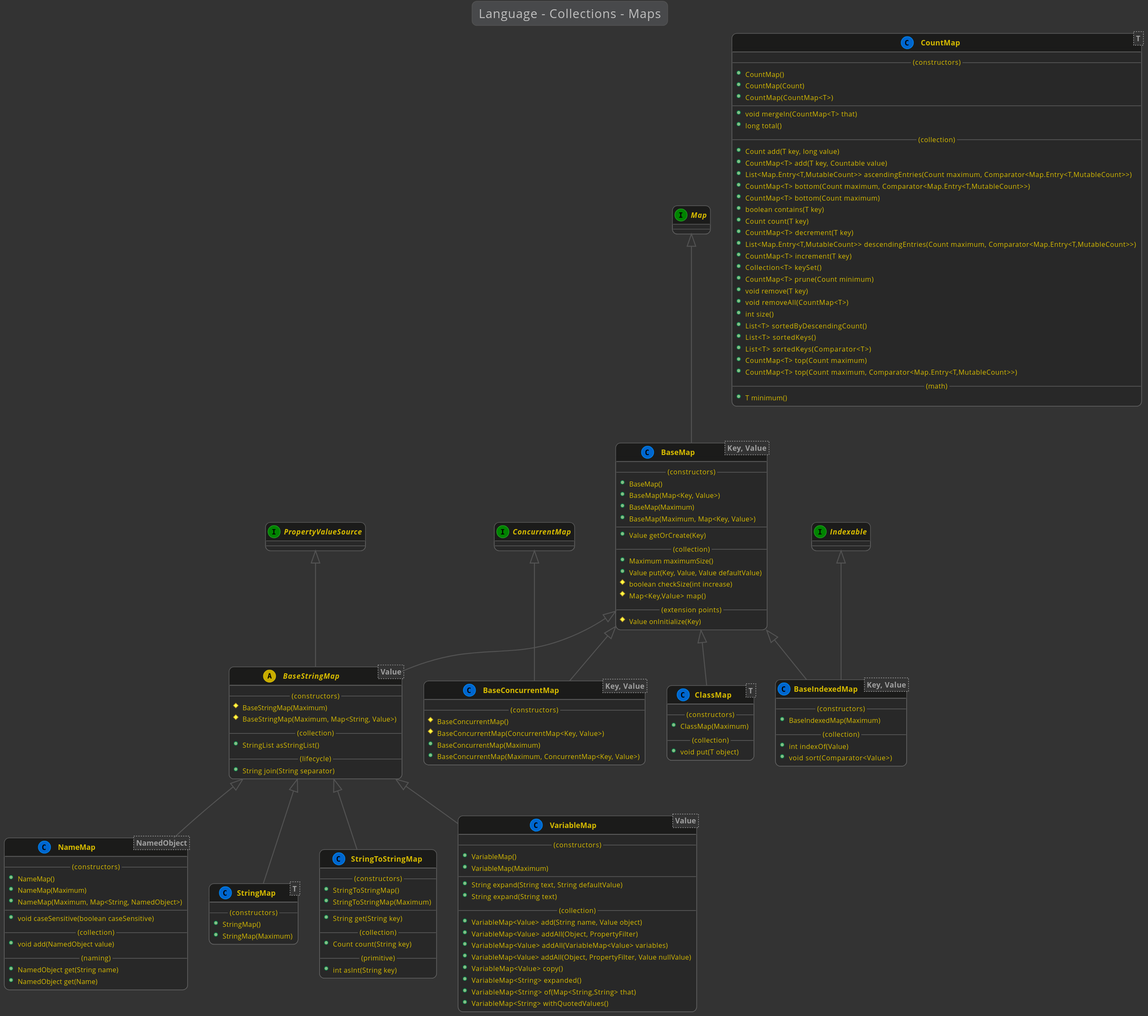
Above: kivakit-core/kernel/documentation/diagrams/diagram-language-collections-map.svg in Telenav/kivakit (PlantUML), before the change.
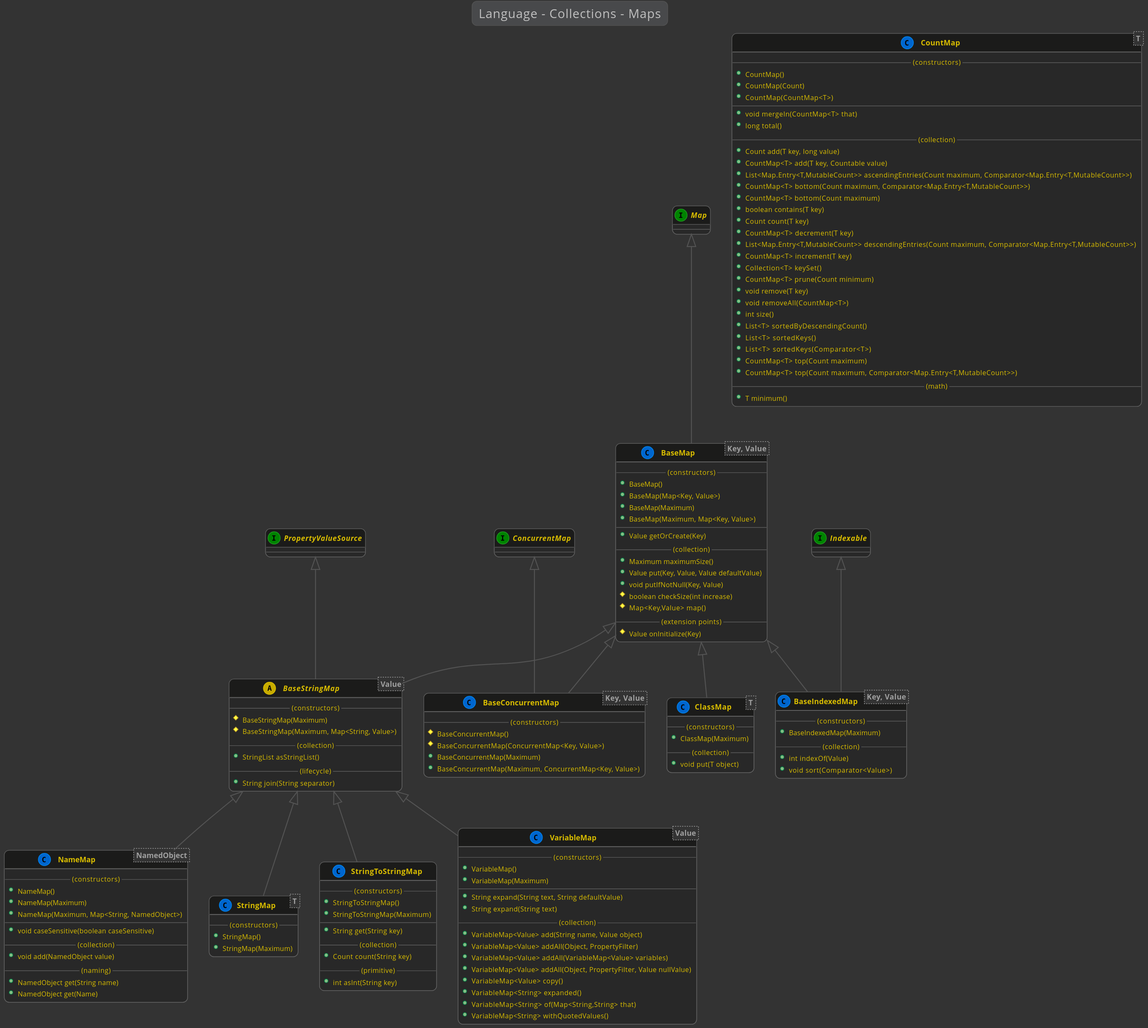
Later version of the same file.

Change to the diagram source:
```diff
@@ -47,6 +47,7 @@
         --(collection)--
         +Maximum maximumSize()
         +Value put(Key, Value, Value defaultValue)
+        +void putIfNotNull(Key, Value)
         #boolean checkSize(int increase)
         #Map<Key,Value> map()
         --(extension points)--
```
